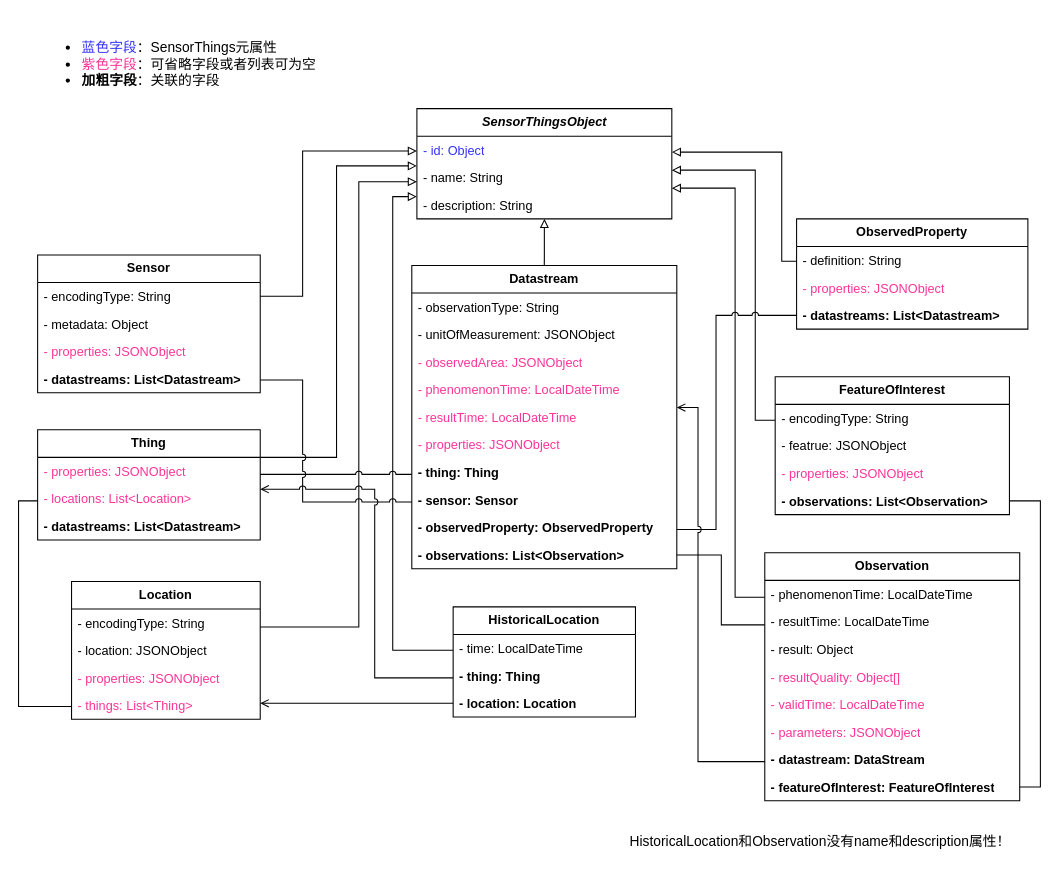
Above: page "SensorThings API模型" (1 of 7) of docs/diagram/模型图.dio in hubu-mdzhang/swmm-sensorthings (draw.io), before the change. Source tidied: cells renumbered, new cells numbered last; positions are measured from the earlier drawing's top-left corner, leaving out a move shared by most shapes. Both pictures are drawn from the tidied source at 106%, with x=0, y=0 at pixel (18, 18).
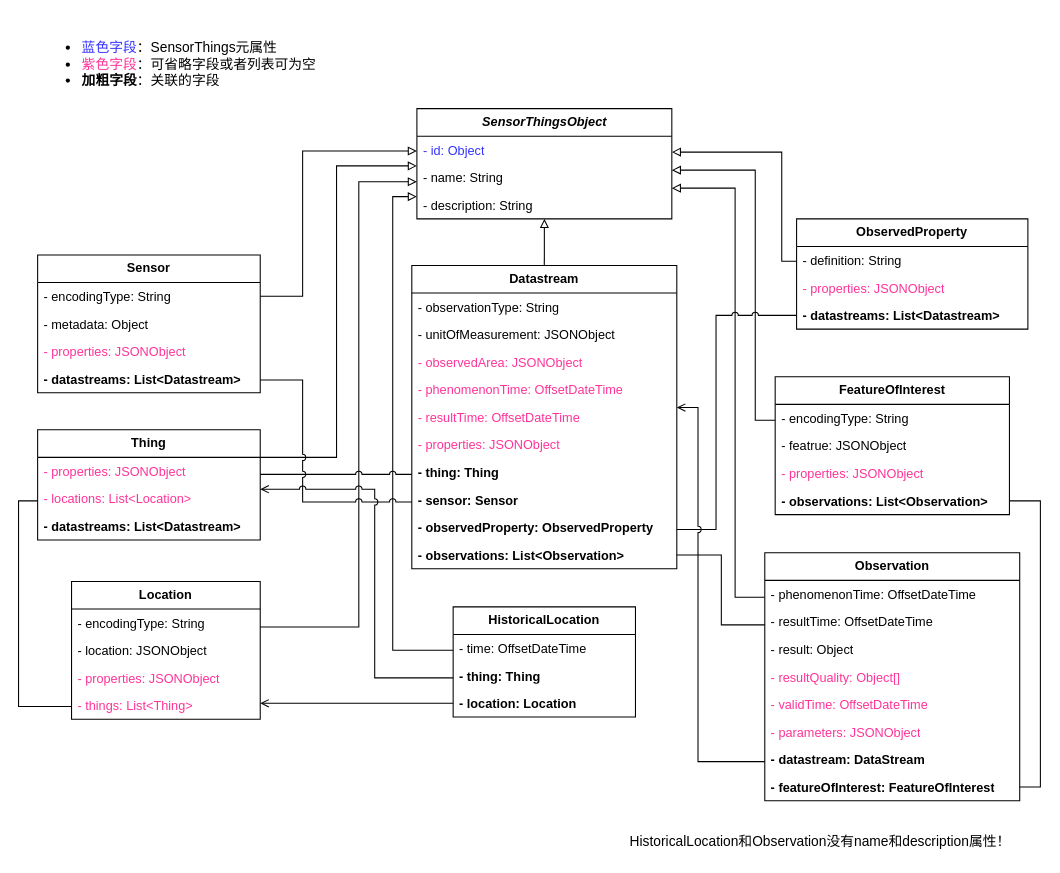
The same diagram, later.

Unchanged cells that the change refers to:
```xml
<mxCell id="14" value="Datastream" style="swimlane;fontStyle=1;horizontal=1;startSize=26;fillColor=none;whiteSpace=wrap;html=1;strokeColor=default;" parent="1" vertex="1">
  <mxGeometry x="371" y="233" width="250" height="286" as="geometry" />
</mxCell>
<mxCell id="26" value="Observation" style="swimlane;fontStyle=1;horizontal=1;startSize=26;fillColor=none;whiteSpace=wrap;html=1;strokeColor=default;" parent="1" vertex="1">
  <mxGeometry x="704" y="504" width="240.5" height="234" as="geometry" />
</mxCell>
<mxCell id="48" value="HistoricalLocation" style="swimlane;fontStyle=1;horizontal=1;startSize=26;fillColor=none;whiteSpace=wrap;html=1;strokeColor=default;" parent="1" vertex="1">
  <mxGeometry x="410" y="555" width="172" height="104" as="geometry" />
</mxCell>
```

What changed in the source:
```diff
@@
-    <mxCell id="18" value="- phenomenonTime: LocalDateTime" style="text;align=left;verticalAlign=top;spacingLeft=4;spacingRight=4;overflow=hidden;whiteSpace=wrap;html=1;strokeColor=none;fontColor=#FF3399;" parent="14" vertex="1">
+    <mxCell id="18" value="- phenomenonTime: OffsetDateTime" style="text;align=left;verticalAlign=top;spacingLeft=4;spacingRight=4;overflow=hidden;whiteSpace=wrap;html=1;strokeColor=none;fontColor=#FF3399;" parent="14" vertex="1">
       <mxGeometry y="104" width="250" height="26" as="geometry" />
     </mxCell>
-    <mxCell id="19" value="- resultTime: LocalDateTime" style="text;align=left;verticalAlign=top;spacingLeft=4;spacingRight=4;overflow=hidden;whiteSpace=wrap;html=1;strokeColor=none;fontColor=#FF3399;" parent="14" vertex="1">
+    <mxCell id="19" value="- resultTime: OffsetDateTime" style="text;align=left;verticalAlign=top;spacingLeft=4;spacingRight=4;overflow=hidden;whiteSpace=wrap;html=1;strokeColor=none;fontColor=#FF3399;" parent="14" vertex="1">
       <mxGeometry y="130" width="250" height="26" as="geometry" />
     </mxCell>
@@
-    <mxCell id="27" value="- phenomenonTime: LocalDateTime" style="text;align=left;verticalAlign=top;spacingLeft=4;spacingRight=4;overflow=hidden;whiteSpace=wrap;html=1;strokeColor=none;fontColor=#000000;" parent="26" vertex="1">
+    <mxCell id="27" value="- phenomenonTime: OffsetDateTime" style="text;align=left;verticalAlign=top;spacingLeft=4;spacingRight=4;overflow=hidden;whiteSpace=wrap;html=1;strokeColor=none;fontColor=#000000;" parent="26" vertex="1">
       <mxGeometry y="26" width="240.5" height="26" as="geometry" />
     </mxCell>
-    <mxCell id="28" value="- resultTime: LocalDateTime" style="text;align=left;verticalAlign=top;spacingLeft=4;spacingRight=4;overflow=hidden;whiteSpace=wrap;html=1;strokeColor=none;fontColor=#000000;" parent="26" vertex="1">
+    <mxCell id="28" value="- resultTime: OffsetDateTime" style="text;align=left;verticalAlign=top;spacingLeft=4;spacingRight=4;overflow=hidden;whiteSpace=wrap;html=1;strokeColor=none;fontColor=#000000;" parent="26" vertex="1">
       <mxGeometry y="52" width="240.5" height="26" as="geometry" />
     </mxCell>
@@
-    <mxCell id="31" value="- validTime: LocalDateTime" style="text;align=left;verticalAlign=top;spacingLeft=4;spacingRight=4;overflow=hidden;whiteSpace=wrap;html=1;strokeColor=none;fontColor=#FF3399;" parent="26" vertex="1">
+    <mxCell id="31" value="- validTime: OffsetDateTime" style="text;align=left;verticalAlign=top;spacingLeft=4;spacingRight=4;overflow=hidden;whiteSpace=wrap;html=1;strokeColor=none;fontColor=#FF3399;" parent="26" vertex="1">
       <mxGeometry y="130" width="240.5" height="26" as="geometry" />
     </mxCell>
@@
-    <mxCell id="49" value="- time: LocalDateTime" style="text;align=left;verticalAlign=top;spacingLeft=4;spacingRight=4;overflow=hidden;whiteSpace=wrap;html=1;strokeColor=none;" parent="48" vertex="1">
+    <mxCell id="49" value="- time: OffsetDateTime" style="text;align=left;verticalAlign=top;spacingLeft=4;spacingRight=4;overflow=hidden;whiteSpace=wrap;html=1;strokeColor=none;" parent="48" vertex="1">
       <mxGeometry y="26" width="172" height="26" as="geometry" />
     </mxCell>
```
